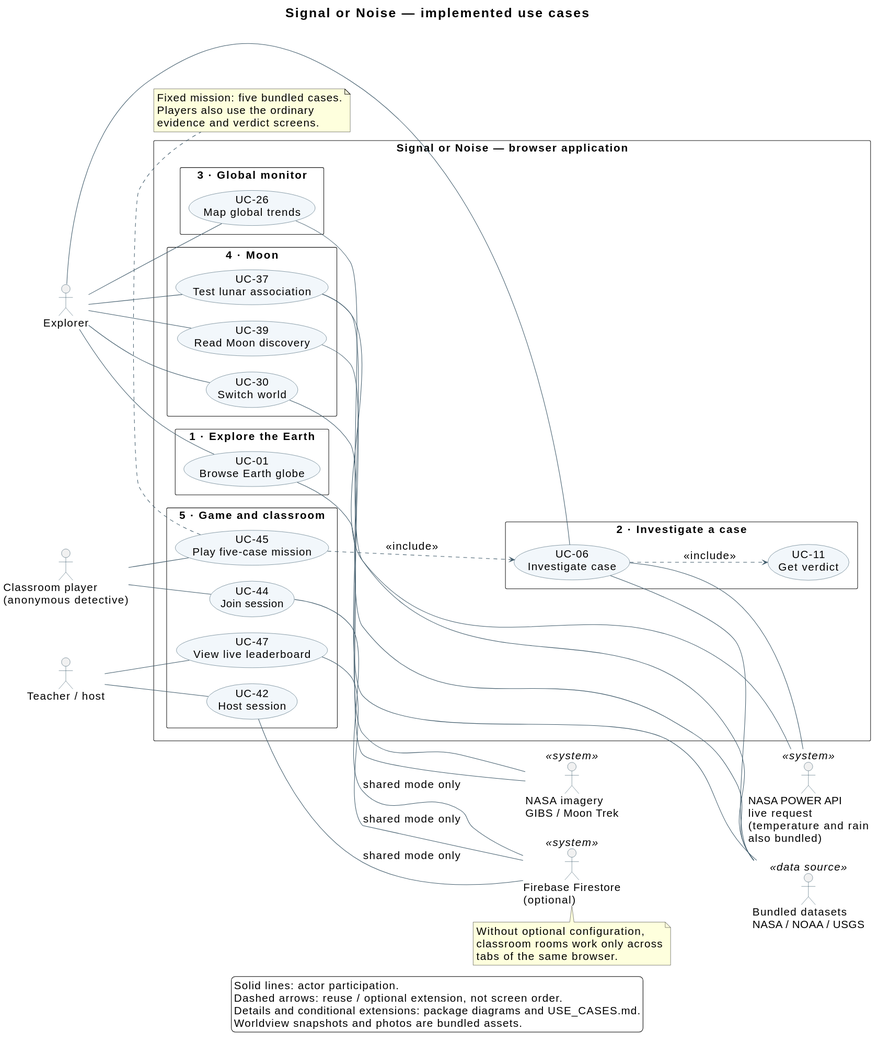
Above: docs/diagrams/00_overview.svg in ThatGust/NASA-glaciers-2026-detective (PlantUML), before the change. Source of this version:
```plantuml
@startuml
left to right direction
skinparam backgroundColor white
skinparam shadowing false
skinparam defaultFontName SansSerif
skinparam defaultFontSize 20
skinparam ActorStereotypeFontSize 20
skinparam UsecaseStereotypeFontSize 20
skinparam TitleFontSize 24
skinparam ArrowFontSize 20
skinparam NoteFontSize 20
skinparam LegendFontSize 20
skinparam packageStyle rectangle
skinparam usecaseBackgroundColor #F2F7FB
skinparam usecaseBorderColor #23475B
skinparam actorBorderColor #23475B
skinparam ArrowColor #405B6B
skinparam nodesep 30
skinparam ranksep 45
title Signal or Noise — implemented use cases

actor Explorer as E
actor "Classroom player\n(anonymous detective)" as P
actor "Teacher / host" as H
actor "NASA POWER API\nlive request\n(temperature and rain\nalso bundled)" as POWER <<system>>
actor "NASA imagery\nGIBS / Moon Trek" as IMG <<system>>
actor "Bundled datasets\nNASA / NOAA / USGS" as DATA <<data source>>
actor "Firebase Firestore\n(optional)" as FB <<system>>

rectangle "Signal or Noise — browser application" {
  package "1 · Explore the Earth" {
    usecase "UC-01\nBrowse Earth globe" as U1
  }
  package "2 · Investigate a case" {
    usecase "UC-06\nInvestigate case" as U6
    usecase "UC-11\nGet verdict" as U11
    U6 ..> U11 : <<include>>
  }
  package "3 · Global monitor" {
    usecase "UC-26\nMap global trends" as U26
  }
  package "4 · Moon" {
    usecase "UC-30\nSwitch world" as U30
    usecase "UC-37\nTest lunar association" as U37
    usecase "UC-39\nRead Moon discovery" as U39
  }
  package "5 · Game and classroom" {
    usecase "UC-42\nHost session" as U42
    usecase "UC-44\nJoin session" as U44
    usecase "UC-45\nPlay five-case mission" as U45
    usecase "UC-47\nView live leaderboard" as U47
  }
}
E -- U1
E -- U6
E -- U26
E -- U30
E -- U37
E -- U39
P -- U44
P -- U45
H -- U42
H -- U47
U45 ..> U6 : <<include>>
U6 -- POWER
U1 -- IMG
U30 -- IMG
U6 -- DATA
U26 -- DATA
U37 -- DATA
U37 -- POWER
U39 -- DATA
U42 -- FB : shared mode only
U44 -- FB : shared mode only
U47 -- FB : shared mode only
note bottom of U45
  Fixed mission: five bundled cases.
  Players also use the ordinary
  evidence and verdict screens.
end note
note bottom of FB
  Without optional configuration,
  classroom rooms work only across
  tabs of the same browser.
end note
legend bottom
  Solid lines: actor participation.
  Dashed arrows: reuse / optional extension, not screen order.
  Details and conditional extensions: package diagrams and USE_CASES.md.
  Worldview snapshots and photos are bundled assets.
endlegend
@enduml
```
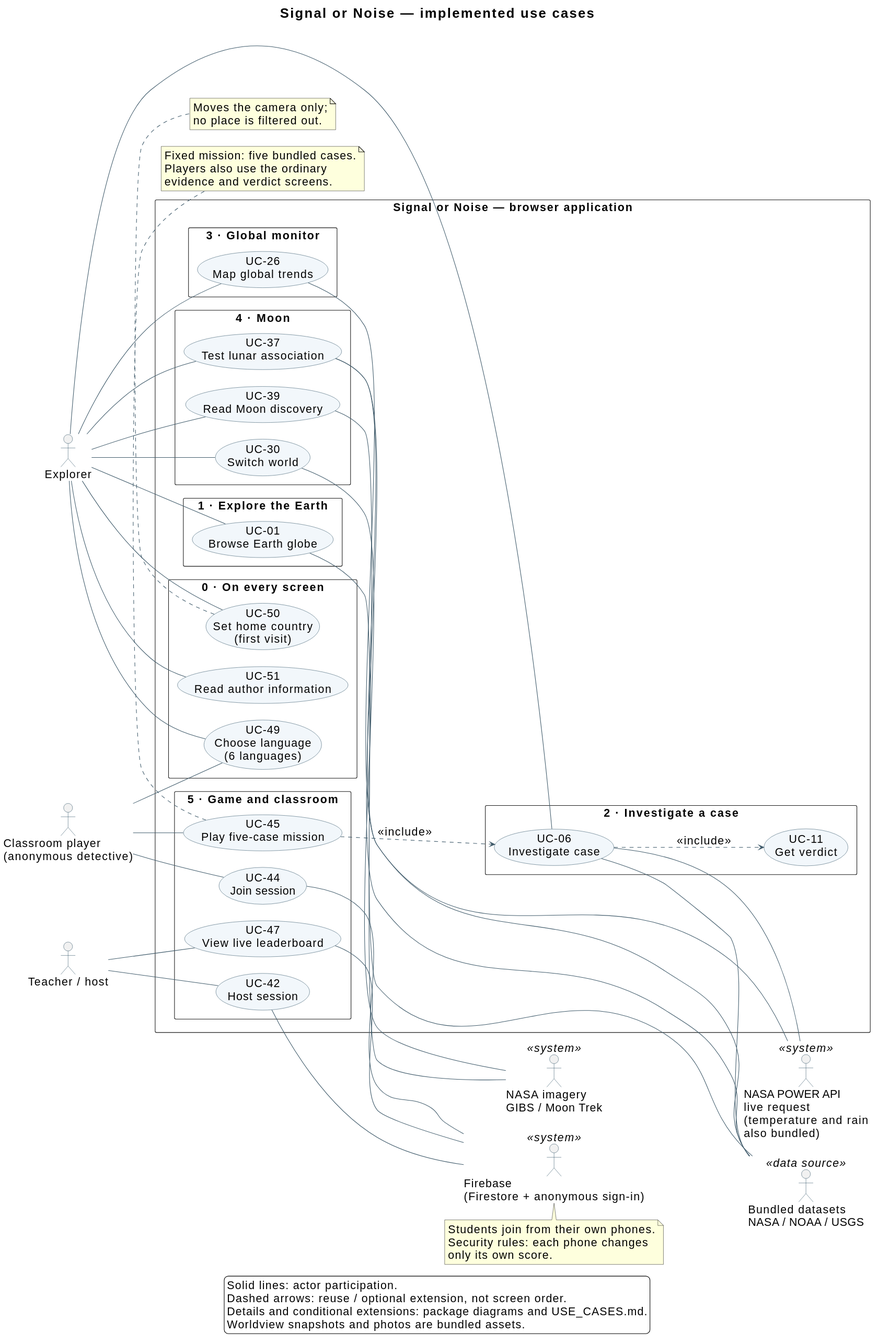
The same diagram one commit later.

Commit message:
Diagramas de casos de uso: idiomas, pais inicial, panel de autor y aula con Firebase

The edit, as a diff of the source:
```diff
@@ -25,9 +25,14 @@
 actor "NASA POWER API\nlive request\n(temperature and rain\nalso bundled)" as POWER <<system>>
 actor "NASA imagery\nGIBS / Moon Trek" as IMG <<system>>
 actor "Bundled datasets\nNASA / NOAA / USGS" as DATA <<data source>>
-actor "Firebase Firestore\n(optional)" as FB <<system>>
+actor "Firebase\n(Firestore + anonymous sign-in)" as FB <<system>>
 
 rectangle "Signal or Noise — browser application" {
+  package "0 · On every screen" {
+    usecase "UC-49\nChoose language\n(6 languages)" as U49
+    usecase "UC-50\nSet home country\n(first visit)" as U50
+    usecase "UC-51\nRead author information" as U51
+  }
   package "1 · Explore the Earth" {
     usecase "UC-01\nBrowse Earth globe" as U1
   }
@@ -58,6 +63,10 @@
 E -- U37
 E -- U39
 P -- U44
+E -- U49
+P -- U49
+E -- U50
+E -- U51
 P -- U45
 H -- U42
 H -- U47
@@ -70,18 +79,22 @@
 U37 -- DATA
 U37 -- POWER
 U39 -- DATA
-U42 -- FB : shared mode only
-U44 -- FB : shared mode only
-U47 -- FB : shared mode only
+U42 -- FB
+U44 -- FB
+U47 -- FB
 note bottom of U45
   Fixed mission: five bundled cases.
   Players also use the ordinary
   evidence and verdict screens.
 end note
 note bottom of FB
-  Without optional configuration,
-  classroom rooms work only across
-  tabs of the same browser.
+  Students join from their own phones.
+  Security rules: each phone changes
+  only its own score.
+end note
+note bottom of U50
+  Moves the camera only;
+  no place is filtered out.
 end note
 legend bottom
   Solid lines: actor participation.
```
